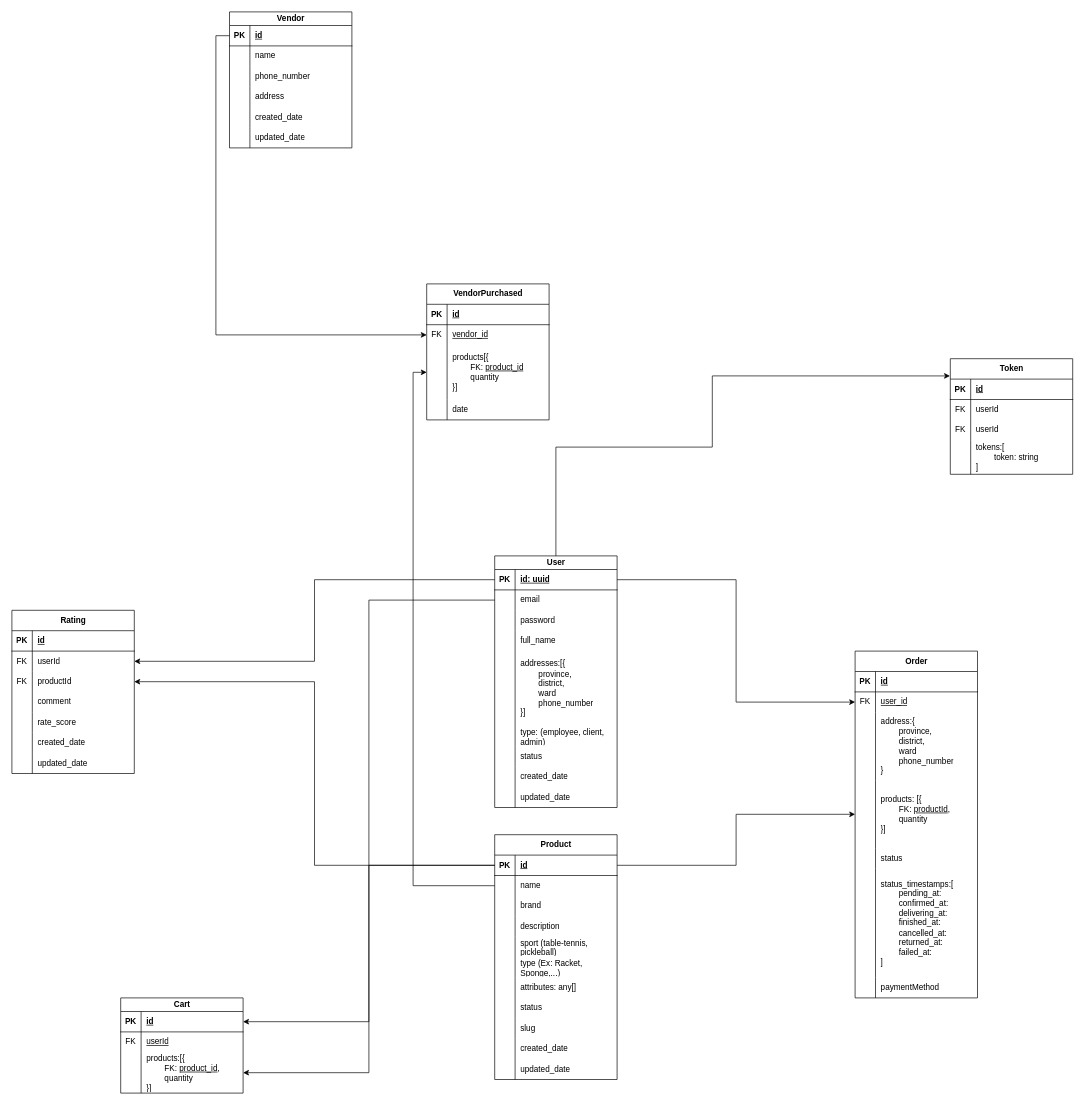
The draw.io diagram Document/ClassDiagram.drawio in n0aHVN/TableTennisShop, before the edit. Source tidied: cells renumbered, new cells numbered last; positions are measured from the earlier drawing's top-left corner, leaving out a move shared by most shapes. Both pictures are drawn from the tidied source at 68%, with x=0, y=0 at pixel (12, 12).
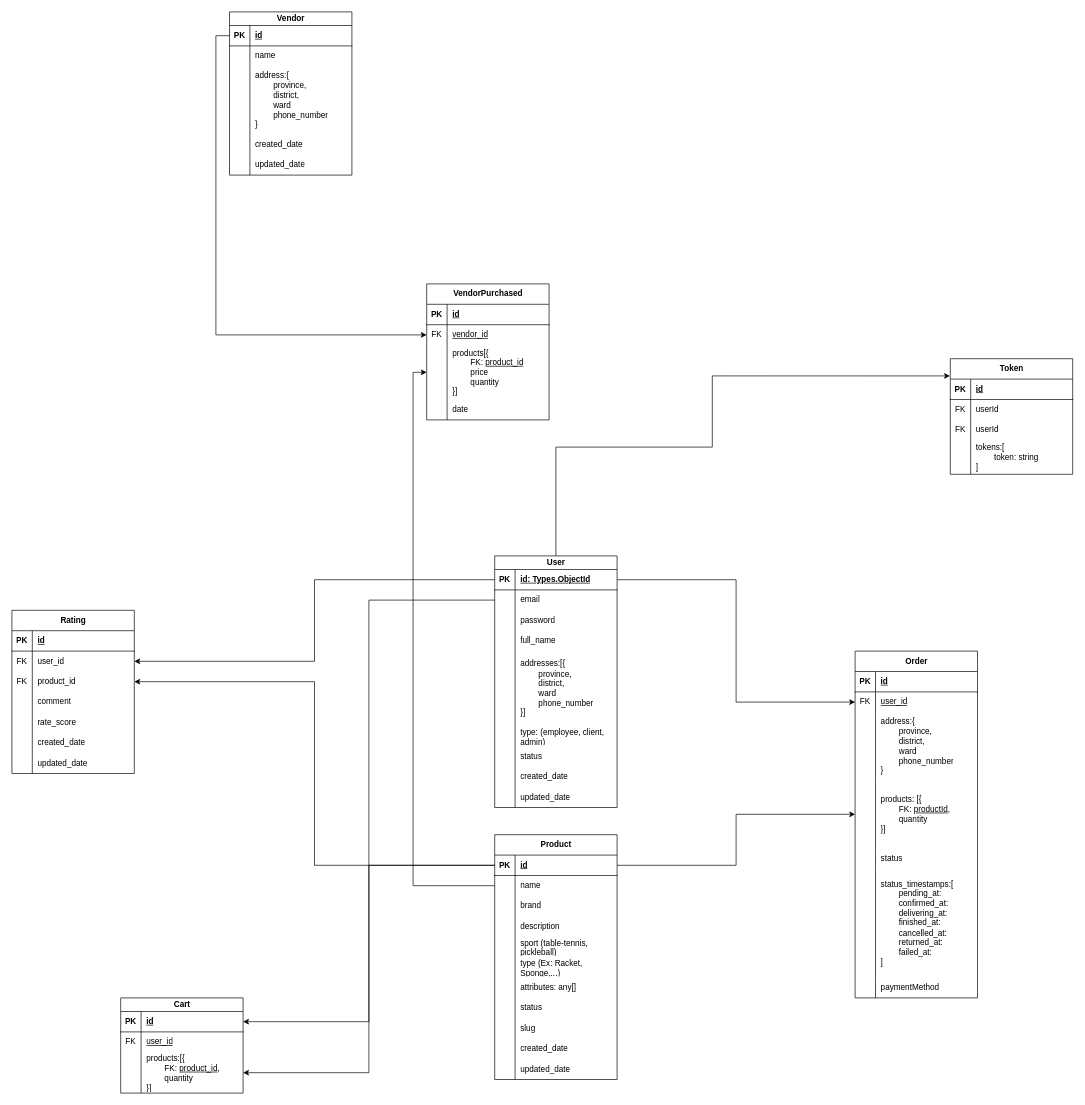
After the change.

The change refers to these unchanged cells:
```xml
<mxCell id="6" style="shape=tableRow;horizontal=0;startSize=0;swimlaneHead=0;swimlaneBody=0;fillColor=none;points=[[0,0.5],[1,0.5]];portConstraint=eastwest;top=0;left=0;right=0;bottom=0;" parent="2" vertex="1">
  <mxGeometry y="60" width="180" height="30" as="geometry" />
</mxCell>
<mxCell id="9" style="shape=tableRow;horizontal=0;startSize=0;swimlaneHead=0;swimlaneBody=0;fillColor=none;points=[[0,0.5],[1,0.5]];portConstraint=eastwest;top=0;left=0;right=0;bottom=0;" parent="2" vertex="1">
  <mxGeometry y="90" width="180" height="30" as="geometry" />
</mxCell>
<mxCell id="84" style="shape=tableRow;horizontal=0;startSize=0;swimlaneHead=0;swimlaneBody=0;fillColor=none;points=[[0,0.5],[1,0.5]];portConstraint=eastwest;top=0;left=0;right=0;bottom=0;" parent="77" vertex="1">
  <mxGeometry y="90" width="180" height="80" as="geometry" />
</mxCell>
<mxCell id="92" style="shape=tableRow;horizontal=0;startSize=0;swimlaneHead=0;swimlaneBody=0;fillColor=none;points=[[0,0.5],[1,0.5]];portConstraint=eastwest;top=0;left=0;right=0;bottom=1;" parent="91" vertex="1">
  <mxGeometry y="20" width="180" height="30" as="geometry" />
</mxCell>
<mxCell id="123" style="shape=tableRow;horizontal=0;startSize=0;swimlaneHead=0;swimlaneBody=0;fillColor=none;top=0;left=0;right=0;bottom=0;" parent="119" vertex="1">
  <mxGeometry y="50" width="180" height="30" as="geometry" />
</mxCell>
```

Diff of the diagram source:
```diff
@@
-    <mxCell id="8" value="userId" style="shape=partialRectangle;fillColor=none;top=0;left=0;bottom=0;right=0;align=left;spacingLeft=6;overflow=hidden;whiteSpace=wrap;html=1;" parent="6" vertex="1">
+    <mxCell id="8" value="user_id" style="shape=partialRectangle;fillColor=none;top=0;left=0;bottom=0;right=0;align=left;spacingLeft=6;overflow=hidden;whiteSpace=wrap;html=1;" parent="6" vertex="1">
       <mxGeometry x="30" width="150" height="30" as="geometry" />
     </mxCell>
@@
-    <mxCell id="11" value="productId" style="shape=partialRectangle;fillColor=none;top=0;left=0;bottom=0;right=0;align=left;spacingLeft=6;overflow=hidden;whiteSpace=wrap;html=1;" parent="9" vertex="1">
+    <mxCell id="11" value="product_id" style="shape=partialRectangle;fillColor=none;top=0;left=0;bottom=0;right=0;align=left;spacingLeft=6;overflow=hidden;whiteSpace=wrap;html=1;" parent="9" vertex="1">
       <mxGeometry x="30" width="150" height="30" as="geometry" />
     </mxCell>
@@
     <mxCell id="58" value="Vendor" style="shape=table;startSize=20;childLayout=tableLayout;rowLines=0;fontStyle=1;align=center;html=1;" parent="1" vertex="1">
-      <mxGeometry x="320" width="180" height="200" as="geometry" />
+      <mxGeometry x="320" width="180" height="240" as="geometry" />
     </mxCell>
@@
     <mxCell id="65" style="shape=tableRow;horizontal=0;startSize=0;swimlaneHead=0;swimlaneBody=0;fillColor=none;top=0;left=0;right=0;bottom=0;" parent="58" vertex="1">
-      <mxGeometry y="80" width="180" height="30" as="geometry" />
+      <mxGeometry y="80" width="180" height="100" as="geometry" />
     </mxCell>
     <mxCell id="66" style="shape=partialRectangle;fillColor=none;top=0;left=0;bottom=0;right=0;overflow=hidden;whiteSpace=wrap;html=1;" parent="65" vertex="1">
-      <mxGeometry width="30" height="30" as="geometry" />
+      <mxGeometry width="30" height="100" as="geometry" />
     </mxCell>
-    <mxCell id="67" value="phone_number" style="shape=partialRectangle;fillColor=none;top=0;left=0;bottom=0;right=0;align=left;spacingLeft=6;overflow=hidden;whiteSpace=wrap;html=1;" parent="65" vertex="1">
-      <mxGeometry x="30" width="150" height="30" as="geometry" />
+    <mxCell id="67" value="address:{&lt;div&gt;&lt;span style=&quot;white-space: pre;&quot;&gt;&#9;&lt;/span&gt;province,&lt;/div&gt;&lt;div&gt;&lt;span style=&quot;white-space: pre;&quot;&gt;&#9;&lt;/span&gt;district,&lt;/div&gt;&lt;div&gt;&lt;span style=&quot;white-space: pre;&quot;&gt;&#9;&lt;/span&gt;ward&lt;/div&gt;&lt;div&gt;&lt;span style=&quot;white-space: pre;&quot;&gt;&#9;&lt;/span&gt;phone_number&lt;br&gt;&lt;/div&gt;&lt;div&gt;}&lt;/div&gt;" style="shape=partialRectangle;fillColor=none;top=0;left=0;bottom=0;right=0;align=left;spacingLeft=6;overflow=hidden;whiteSpace=wrap;html=1;" parent="65" vertex="1">
+      <mxGeometry x="30" width="150" height="100" as="geometry" />
     </mxCell>
-    <mxCell id="68" style="shape=tableRow;horizontal=0;startSize=0;swimlaneHead=0;swimlaneBody=0;fillColor=none;top=0;left=0;right=0;bottom=0;" parent="58" vertex="1">
-      <mxGeometry y="110" width="180" height="30" as="geometry" />
-    </mxCell>
-    <mxCell id="69" style="shape=partialRectangle;fillColor=none;top=0;left=0;bottom=0;right=0;overflow=hidden;whiteSpace=wrap;html=1;" parent="68" vertex="1">
-      <mxGeometry width="30" height="30" as="geometry" />
-    </mxCell>
-    <mxCell id="70" value="address" style="shape=partialRectangle;fillColor=none;top=0;left=0;bottom=0;right=0;align=left;spacingLeft=6;overflow=hidden;whiteSpace=wrap;html=1;" parent="68" vertex="1">
-      <mxGeometry x="30" width="150" height="30" as="geometry" />
-    </mxCell>
     <mxCell id="71" style="shape=tableRow;horizontal=0;startSize=0;swimlaneHead=0;swimlaneBody=0;fillColor=none;top=0;left=0;right=0;bottom=0;" parent="58" vertex="1">
-      <mxGeometry y="140" width="180" height="30" as="geometry" />
+      <mxGeometry y="180" width="180" height="30" as="geometry" />
     </mxCell>
@@
     <mxCell id="74" style="shape=tableRow;horizontal=0;startSize=0;swimlaneHead=0;swimlaneBody=0;fillColor=none;top=0;left=0;right=0;bottom=0;" parent="58" vertex="1">
-      <mxGeometry y="170" width="180" height="30" as="geometry" />
+      <mxGeometry y="210" width="180" height="30" as="geometry" />
     </mxCell>
@@
-    <mxCell id="86" value="products[{&lt;div&gt;&lt;span style=&quot;white-space: pre;&quot;&gt;&#9;&lt;/span&gt;FK: &lt;u&gt;product_id&lt;/u&gt;&lt;br&gt;&lt;/div&gt;&lt;div&gt;&lt;span style=&quot;white-space: pre;&quot;&gt;&#9;&lt;/span&gt;quantity&lt;/div&gt;&lt;div&gt;}]&lt;/div&gt;" style="shape=partialRectangle;fillColor=none;top=0;left=0;bottom=0;right=0;align=left;spacingLeft=6;overflow=hidden;whiteSpace=wrap;html=1;" parent="84" vertex="1">
+    <mxCell id="86" value="products[{&lt;div&gt;&lt;span style=&quot;white-space: pre;&quot;&gt;&#9;&lt;/span&gt;FK: &lt;u&gt;product_id&lt;/u&gt;&lt;br&gt;&lt;/div&gt;&lt;div&gt;&lt;span style=&quot;text-decoration-line: underline; white-space: pre;&quot;&gt;&#9;&lt;/span&gt;price&lt;br&gt;&lt;/div&gt;&lt;div&gt;&lt;span style=&quot;white-space: pre;&quot;&gt;&#9;&lt;/span&gt;quantity&lt;/div&gt;&lt;div&gt;}]&lt;/div&gt;" style="shape=partialRectangle;fillColor=none;top=0;left=0;bottom=0;right=0;align=left;spacingLeft=6;overflow=hidden;whiteSpace=wrap;html=1;" parent="84" vertex="1">
       <mxGeometry x="30" width="150" height="80" as="geometry" />
     </mxCell>
@@
-    <mxCell id="94" value="id: uuid" style="shape=partialRectangle;fillColor=none;top=0;left=0;bottom=0;right=0;align=left;spacingLeft=6;fontStyle=5;overflow=hidden;whiteSpace=wrap;html=1;" parent="92" vertex="1">
+    <mxCell id="94" value="id: Types.ObjectId" style="shape=partialRectangle;fillColor=none;top=0;left=0;bottom=0;right=0;align=left;spacingLeft=6;fontStyle=5;overflow=hidden;whiteSpace=wrap;html=1;" parent="92" vertex="1">
       <mxGeometry x="30" width="150" height="30" as="geometry" />
     </mxCell>
@@
-    <mxCell id="125" value="&lt;u&gt;userId&lt;/u&gt;" style="shape=partialRectangle;fillColor=none;top=0;left=0;bottom=0;right=0;align=left;spacingLeft=6;overflow=hidden;whiteSpace=wrap;html=1;" parent="123" vertex="1">
+    <mxCell id="125" value="&lt;u&gt;user_id&lt;/u&gt;" style="shape=partialRectangle;fillColor=none;top=0;left=0;bottom=0;right=0;align=left;spacingLeft=6;overflow=hidden;whiteSpace=wrap;html=1;" parent="123" vertex="1">
       <mxGeometry x="30" width="150" height="30" as="geometry" />
     </mxCell>
```
